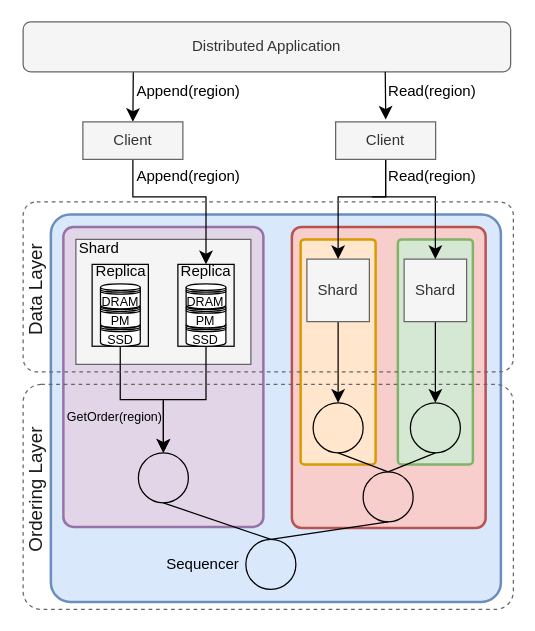
Earlier version of the draw.io diagram docs/System_Arch2.drawio (nathanieltornow/PMLog). Source tidied: cells renumbered, new cells numbered last; positions are measured from the earlier drawing's top-left corner, leaving out a move shared by most shapes. Both pictures are drawn from the tidied source at 125%, with x=0, y=0 at pixel (-41, 21).
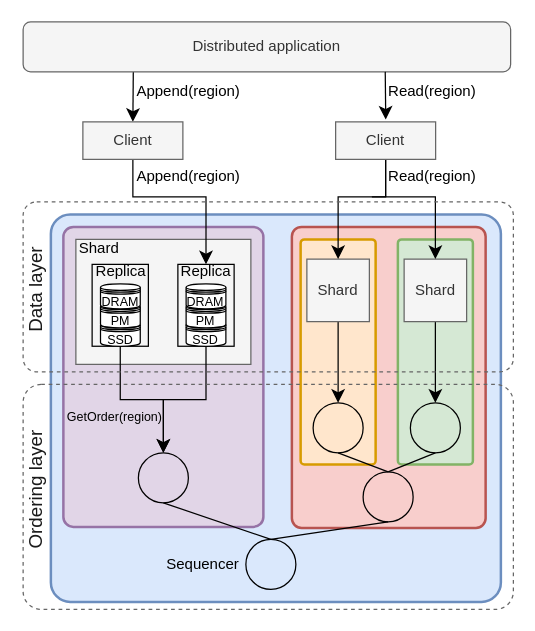
After the change.

What changed in the source:
```diff
@@
-    <mxCell id="32" value="Distributed Application" style="rounded=1;whiteSpace=wrap;html=1;hachureGap=4;strokeWidth=1;fillColor=#f5f5f5;strokeColor=#666666;fontColor=#333333;" parent="1" vertex="1">
+    <mxCell id="32" value="Distributed application" style="rounded=1;whiteSpace=wrap;html=1;hachureGap=4;strokeWidth=1;fillColor=#f5f5f5;strokeColor=#666666;fontColor=#333333;" parent="1" vertex="1">
       <mxGeometry x="51" width="390" height="40" as="geometry" />
     </mxCell>
@@
-    <mxCell id="36" value="&lt;font color=&quot;#1a1a1a&quot; style=&quot;font-size: 15px&quot;&gt;Ordering Layer&lt;/font&gt;" style="text;html=1;align=center;verticalAlign=middle;strokeColor=none;fillColor=none;rotation=270;" parent="1" vertex="1">
-      <mxGeometry y="364.8" width="120" height="20" as="geometry" />
+    <mxCell id="36" value="&lt;div&gt;&lt;font style=&quot;font-size: 15px&quot; color=&quot;#1a1a1a&quot;&gt;Ordering layer&lt;/font&gt;&lt;/div&gt;" style="text;html=1;align=center;verticalAlign=middle;strokeColor=none;fillColor=none;rotation=270;" parent="1" vertex="1">
+      <mxGeometry x="5" y="364.8" width="110" height="20" as="geometry" />
     </mxCell>
@@
-    <mxCell id="46" value="&lt;div&gt;&lt;font style=&quot;font-size: 15px&quot; color=&quot;#1a1a1a&quot;&gt;Data Layer&lt;/font&gt;&lt;/div&gt;" style="text;html=1;align=center;verticalAlign=middle;strokeColor=none;fillColor=none;rotation=270;" parent="1" vertex="1">
-      <mxGeometry x="15" y="204.8" width="90" height="20" as="geometry" />
+    <mxCell id="46" value="&lt;div&gt;&lt;font style=&quot;font-size: 15px&quot; color=&quot;#1a1a1a&quot;&gt;Data layer&lt;/font&gt;&lt;/div&gt;" style="text;html=1;align=center;verticalAlign=middle;strokeColor=none;fillColor=none;rotation=270;" parent="1" vertex="1">
+      <mxGeometry x="20" y="204.8" width="80" height="20" as="geometry" />
     </mxCell>
```
